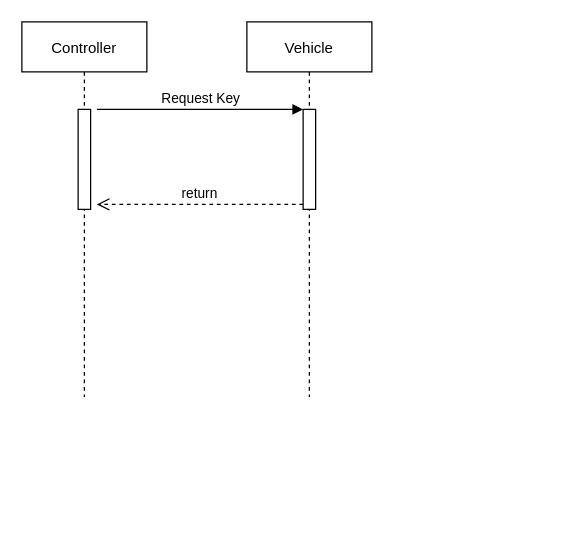
Before: RAS_Protocol.drawio in ButcherOfBlaviken/Diagrams, a draw.io diagram. Source tidied: cells renumbered, new cells numbered last; positions are measured from the earlier drawing's top-left corner, leaving out a move shared by most shapes. Both pictures are drawn from the tidied source at 125%, with x=0, y=0 at pixel (21, 21).
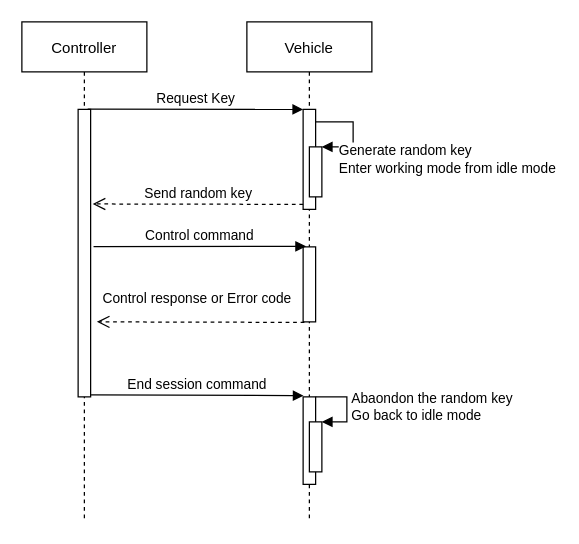
After the change.

The change refers to these unchanged cells:
```xml
<mxCell id="5" style="html=1;points=[];perimeter=orthogonalPerimeter;fontColor=default;strokeColor=default;fillColor=default;" parent="4" vertex="1">
  <mxGeometry x="45" y="70" width="10" height="80" as="geometry" />
</mxCell>
```

Diff of the diagram source:
```diff
@@
-    <mxCell id="2" value="Controller" style="shape=umlLifeline;perimeter=lifelinePerimeter;rounded=0;shadow=0;strokeWidth=1;fontColor=default;" parent="1" vertex="1">
-      <mxGeometry width="100" height="300" as="geometry" />
+    <mxCell id="2" value="Controller" style="shape=umlLifeline;perimeter=lifelinePerimeter;rounded=0;shadow=0;strokeWidth=1;fontColor=default;fillColor=default;strokeColor=default;" parent="1" vertex="1">
+      <mxGeometry width="100" height="400" as="geometry" />
     </mxCell>
     <mxCell id="3" style="html=1;points=[];perimeter=orthogonalPerimeter;fontColor=default;strokeColor=default;fillColor=default;" parent="2" vertex="1">
-      <mxGeometry x="45" y="70" width="10" height="80" as="geometry" />
+      <mxGeometry x="45" y="70" width="10" height="230" as="geometry" />
     </mxCell>
-    <mxCell id="4" value="Vehicle" style="shape=umlLifeline;perimeter=lifelinePerimeter;rounded=0;shadow=0;strokeWidth=1;fontColor=default;" parent="1" vertex="1">
-      <mxGeometry x="180" width="100" height="300" as="geometry" />
+    <mxCell id="4" value="Vehicle" style="shape=umlLifeline;perimeter=lifelinePerimeter;rounded=0;shadow=0;strokeWidth=1;fontColor=default;fillColor=default;strokeColor=default;" parent="1" vertex="1">
+      <mxGeometry x="180" width="100" height="400" as="geometry" />
     </mxCell>
@@
+    <mxCell id="8" style="html=1;points=[];perimeter=orthogonalPerimeter;fontColor=default;strokeColor=default;fillColor=default;" parent="4" vertex="1">
+      <mxGeometry x="50" y="100" width="10" height="40" as="geometry" />
+    </mxCell>
+    <mxCell id="9" value="Generate random key&lt;br&gt;Enter working mode from idle mode" style="edgeStyle=orthogonalEdgeStyle;html=1;align=left;spacingLeft=2;endArrow=block;rounded=0;entryX=1;entryY=0;labelBackgroundColor=default;fontColor=default;strokeColor=default;fillColor=default;" parent="4" edge="1" target="8">
+      <mxGeometry x="0.73" y="10" relative="1" as="geometry">
+        <mxPoint x="55" y="80" as="sourcePoint" />
+        <Array as="points">
+          <mxPoint x="85" y="80" />
+        </Array>
+      </mxGeometry>
+    </mxCell>
+    <mxCell id="10" style="html=1;points=[];perimeter=orthogonalPerimeter;fontColor=default;strokeColor=default;fillColor=default;" parent="4" vertex="1">
+      <mxGeometry x="45" y="180" width="10" height="60" as="geometry" />
+    </mxCell>
+    <mxCell id="11" style="html=1;points=[];perimeter=orthogonalPerimeter;fontColor=default;strokeColor=default;fillColor=default;" parent="4" vertex="1">
+      <mxGeometry x="45" y="300" width="10" height="70" as="geometry" />
+    </mxCell>
+    <mxCell id="12" style="html=1;points=[];perimeter=orthogonalPerimeter;fontColor=default;strokeColor=default;fillColor=default;" parent="4" vertex="1">
+      <mxGeometry x="50" y="320" width="10" height="40" as="geometry" />
+    </mxCell>
+    <mxCell id="13" value="Abaondon the random key&lt;br&gt;Go back to idle mode" style="edgeStyle=orthogonalEdgeStyle;html=1;align=left;spacingLeft=2;endArrow=block;rounded=0;entryX=1;entryY=0;labelBackgroundColor=default;fontColor=default;strokeColor=default;fillColor=default;" parent="4" edge="1" target="12">
+      <mxGeometry relative="1" as="geometry">
+        <mxPoint x="55" y="300" as="sourcePoint" />
+        <Array as="points">
+          <mxPoint x="80" y="300" />
+        </Array>
+      </mxGeometry>
+    </mxCell>
-    <mxCell id="6" value="Request Key" style="html=1;verticalAlign=bottom;endArrow=block;entryX=0;entryY=0;rounded=0;labelBackgroundColor=default;fontColor=default;strokeColor=default;fillColor=default;" parent="1" edge="1" target="5">
-      <mxGeometry relative="1" as="geometry">
-        <mxPoint x="60" y="70" as="sourcePoint" />
-      </mxGeometry>
+    <mxCell id="6" value="Request Key" style="html=1;verticalAlign=bottom;endArrow=block;entryX=0;entryY=0;rounded=0;labelBackgroundColor=default;fontColor=default;strokeColor=default;fillColor=default;exitX=0.767;exitY=-0.001;exitDx=0;exitDy=0;exitPerimeter=0;" parent="1" edge="1" source="3" target="5">
+      <mxGeometry relative="1" as="geometry" />
     </mxCell>
-    <mxCell id="7" value="return" style="html=1;verticalAlign=bottom;endArrow=open;dashed=1;endSize=8;exitX=0;exitY=0.95;rounded=0;labelBackgroundColor=default;fontColor=default;strokeColor=default;fillColor=default;" parent="1" edge="1" source="5">
-      <mxGeometry relative="1" as="geometry">
-        <mxPoint x="60" y="146" as="targetPoint" />
-      </mxGeometry>
+    <mxCell id="7" value="Send random key" style="html=1;verticalAlign=bottom;endArrow=open;dashed=1;endSize=8;exitX=0;exitY=0.95;rounded=0;labelBackgroundColor=default;fontColor=default;strokeColor=default;fillColor=default;entryX=1.167;entryY=0.329;entryDx=0;entryDy=0;entryPerimeter=0;" parent="1" edge="1" source="5" target="3">
+      <mxGeometry relative="1" as="geometry" />
     </mxCell>
+    <mxCell id="14" value="Control response or Error code" style="html=1;verticalAlign=bottom;endArrow=open;dashed=1;endSize=8;rounded=0;labelBackgroundColor=default;fontColor=default;strokeColor=default;fillColor=default;exitX=0.1;exitY=1.007;exitDx=0;exitDy=0;exitPerimeter=0;" parent="1" edge="1" source="10">
+      <mxGeometry x="0.04" y="-10" relative="1" as="geometry">
+        <mxPoint x="60" y="240" as="targetPoint" />
+      </mxGeometry>
+    </mxCell>
+    <mxCell id="15" value="End session command" style="html=1;verticalAlign=bottom;endArrow=block;rounded=0;labelBackgroundColor=default;fontColor=default;strokeColor=default;fillColor=default;entryX=0.033;entryY=-0.014;entryDx=0;entryDy=0;entryPerimeter=0;exitX=1.033;exitY=0.993;exitDx=0;exitDy=0;exitPerimeter=0;" parent="1" edge="1" source="3" target="11">
+      <mxGeometry relative="1" as="geometry" />
+    </mxCell>
+    <mxCell id="16" value="Control command" style="html=1;verticalAlign=bottom;endArrow=block;rounded=0;labelBackgroundColor=default;fontColor=default;strokeColor=default;fillColor=default;entryX=0.233;entryY=-0.007;entryDx=0;entryDy=0;entryPerimeter=0;exitX=1.233;exitY=0.477;exitDx=0;exitDy=0;exitPerimeter=0;" parent="1" edge="1" source="3" target="10">
+      <mxGeometry relative="1" as="geometry" />
+    </mxCell>
```
